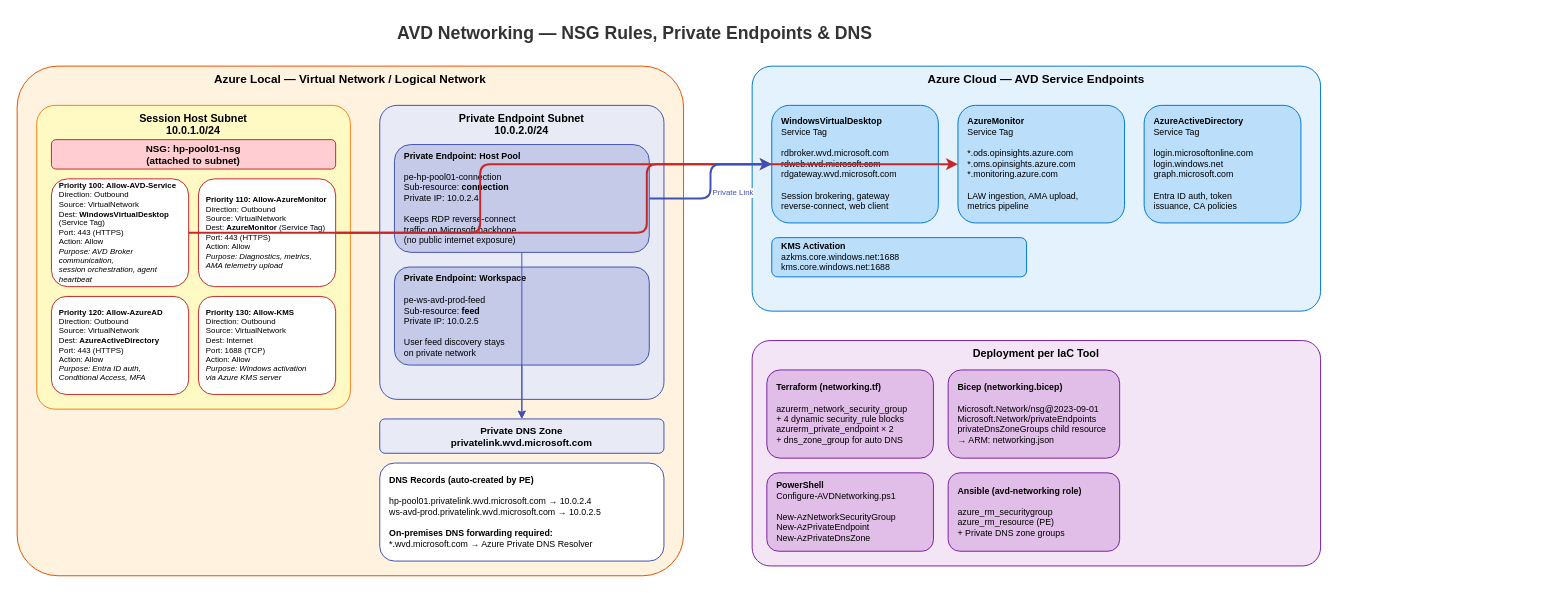
This is docs/assets/diagrams/avd-networking.drawio from AzureLocal/aurelocal-avd, a draw.io file, before an edit. Source tidied: cells renumbered, new cells numbered last; positions are measured from the earlier drawing's top-left corner, leaving out a move shared by most shapes. Both pictures are drawn from the tidied source at 98%, with x=0, y=0 at pixel (17, 17).
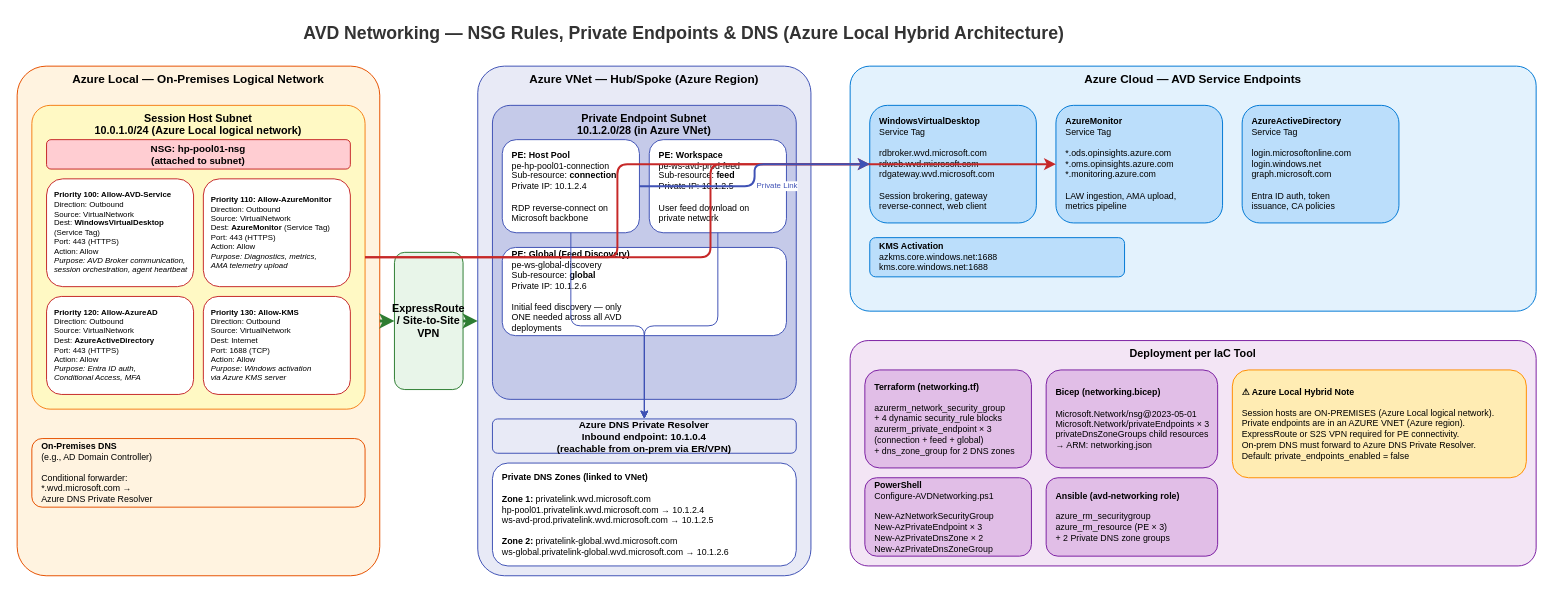
Above is the later version.

Commit message (it also covers changes not shown here):
fix: correct AVD Private Endpoints for Azure Local hybrid architecture

Diff of the diagram source:
```diff
@@
-    <mxCell id="2" value="&lt;b&gt;AVD Networking — NSG Rules, Private Endpoints &amp; DNS&lt;/b&gt;" style="text;html=1;fontSize=18;fontColor=#333;align=center;" parent="1" vertex="1">
-      <mxGeometry x="280" width="700" height="35" as="geometry" />
+    <mxCell id="2" value="&lt;b&gt;AVD Networking — NSG Rules, Private Endpoints &amp; DNS (Azure Local Hybrid Architecture)&lt;/b&gt;" style="text;html=1;fontSize=18;fontColor=#333;align=center;" parent="1" vertex="1">
+      <mxGeometry x="230" width="900" height="35" as="geometry" />
     </mxCell>
-    <mxCell id="3" value="&lt;b&gt;Azure Local — Virtual Network / Logical Network&lt;/b&gt;" style="rounded=1;whiteSpace=wrap;html=1;fillColor=#FFF3E0;strokeColor=#E65100;fontSize=12;verticalAlign=top;fontStyle=1;arcSize=8;" parent="1" vertex="1">
-      <mxGeometry y="50" width="680" height="520" as="geometry" />
-    </mxCell>
+    <mxCell id="31" value="&lt;b&gt;Azure Local — On-Premises Logical Network&lt;/b&gt;" style="rounded=1;whiteSpace=wrap;html=1;fillColor=#FFF3E0;strokeColor=#E65100;fontSize=12;verticalAlign=top;fontStyle=1;arcSize=8;" parent="1" vertex="1">
+      <mxGeometry y="50" width="370" height="520" as="geometry" />
+    </mxCell>
-    <mxCell id="4" value="&lt;b&gt;Session Host Subnet&lt;/b&gt;&lt;br&gt;10.0.1.0/24" style="rounded=1;whiteSpace=wrap;html=1;fillColor=#FFF9C4;strokeColor=#F57F17;fontSize=11;verticalAlign=top;fontStyle=1;arcSize=6;" parent="1" vertex="1">
-      <mxGeometry x="20" y="90" width="320" height="310" as="geometry" />
+    <mxCell id="4" value="&lt;b&gt;Session Host Subnet&lt;/b&gt;&lt;br&gt;10.0.1.0/24 (Azure Local logical network)" style="rounded=1;whiteSpace=wrap;html=1;fillColor=#FFF9C4;strokeColor=#F57F17;fontSize=11;verticalAlign=top;fontStyle=1;arcSize=6;" parent="1" vertex="1">
+      <mxGeometry x="15" y="90" width="340" height="310" as="geometry" />
     </mxCell>
     <mxCell id="5" value="&lt;b&gt;NSG: hp-pool01-nsg&lt;/b&gt;&lt;br&gt;(attached to subnet)" style="rounded=1;whiteSpace=wrap;html=1;fillColor=#FFCDD2;strokeColor=#C62828;fontSize=10;fontStyle=1;" parent="1" vertex="1">
-      <mxGeometry x="35" y="125" width="290" height="30" as="geometry" />
+      <mxGeometry x="30" y="125" width="310" height="30" as="geometry" />
     </mxCell>
     <mxCell id="6" value="&lt;b&gt;Priority 100: Allow-AVD-Service&lt;/b&gt;&lt;br&gt;Direction: Outbound&lt;br&gt;Source: VirtualNetwork&lt;br&gt;Dest: &lt;b&gt;WindowsVirtualDesktop&lt;/b&gt; (Service Tag)&lt;br&gt;Port: 443 (HTTPS)&lt;br&gt;Action: Allow&lt;br&gt;&lt;i&gt;Purpose: AVD Broker communication,&lt;br&gt;session orchestration, agent heartbeat&lt;/i&gt;" style="rounded=1;whiteSpace=wrap;html=1;fillColor=#FFFFFF;strokeColor=#C62828;fontSize=8;align=left;spacingLeft=6;" parent="1" vertex="1">
-      <mxGeometry x="35" y="165" width="140" height="110" as="geometry" />
+      <mxGeometry x="30" y="165" width="150" height="110" as="geometry" />
     </mxCell>
     <mxCell id="7" value="&lt;b&gt;Priority 110: Allow-AzureMonitor&lt;/b&gt;&lt;br&gt;Direction: Outbound&lt;br&gt;Source: VirtualNetwork&lt;br&gt;Dest: &lt;b&gt;AzureMonitor&lt;/b&gt; (Service Tag)&lt;br&gt;Port: 443 (HTTPS)&lt;br&gt;Action: Allow&lt;br&gt;&lt;i&gt;Purpose: Diagnostics, metrics,&lt;br&gt;AMA telemetry upload&lt;/i&gt;" style="rounded=1;whiteSpace=wrap;html=1;fillColor=#FFFFFF;strokeColor=#C62828;fontSize=8;align=left;spacingLeft=6;" parent="1" vertex="1">
-      <mxGeometry x="185" y="165" width="140" height="110" as="geometry" />
+      <mxGeometry x="190" y="165" width="150" height="110" as="geometry" />
     </mxCell>
     <mxCell id="8" value="&lt;b&gt;Priority 120: Allow-AzureAD&lt;/b&gt;&lt;br&gt;Direction: Outbound&lt;br&gt;Source: VirtualNetwork&lt;br&gt;Dest: &lt;b&gt;AzureActiveDirectory&lt;/b&gt;&lt;br&gt;Port: 443 (HTTPS)&lt;br&gt;Action: Allow&lt;br&gt;&lt;i&gt;Purpose: Entra ID auth,&lt;br&gt;Conditional Access, MFA&lt;/i&gt;" style="rounded=1;whiteSpace=wrap;html=1;fillColor=#FFFFFF;strokeColor=#C62828;fontSize=8;align=left;spacingLeft=6;" parent="1" vertex="1">
-      <mxGeometry x="35" y="285" width="140" height="100" as="geometry" />
+      <mxGeometry x="30" y="285" width="150" height="100" as="geometry" />
     </mxCell>
     <mxCell id="9" value="&lt;b&gt;Priority 130: Allow-KMS&lt;/b&gt;&lt;br&gt;Direction: Outbound&lt;br&gt;Source: VirtualNetwork&lt;br&gt;Dest: Internet&lt;br&gt;Port: 1688 (TCP)&lt;br&gt;Action: Allow&lt;br&gt;&lt;i&gt;Purpose: Windows activation&lt;br&gt;via Azure KMS server&lt;/i&gt;" style="rounded=1;whiteSpace=wrap;html=1;fillColor=#FFFFFF;strokeColor=#C62828;fontSize=8;align=left;spacingLeft=6;" parent="1" vertex="1">
-      <mxGeometry x="185" y="285" width="140" height="100" as="geometry" />
+      <mxGeometry x="190" y="285" width="150" height="100" as="geometry" />
     </mxCell>
+    <mxCell id="32" value="&lt;b&gt;On-Premises DNS&lt;/b&gt;&lt;br&gt;(e.g., AD Domain Controller)&lt;br&gt;&lt;br&gt;Conditional forwarder:&lt;br&gt;*.wvd.microsoft.com →&lt;br&gt;Azure DNS Private Resolver" style="rounded=1;whiteSpace=wrap;html=1;fillColor=#FFF3E0;strokeColor=#E65100;fontSize=9;align=left;spacingLeft=8;" parent="1" vertex="1">
+      <mxGeometry x="15" y="430" width="340" height="70" as="geometry" />
+    </mxCell>
+    <mxCell id="33" value="&lt;b&gt;ExpressRoute / Site-to-Site VPN&lt;/b&gt;" style="rounded=1;whiteSpace=wrap;html=1;fillColor=#E8F5E9;strokeColor=#2E7D32;fontSize=11;fontStyle=1;" parent="1" vertex="1">
+      <mxGeometry x="385" y="240" width="70" height="140" as="geometry" />
+    </mxCell>
+    <mxCell id="34" value="&lt;b&gt;Azure VNet — Hub/Spoke (Azure Region)&lt;/b&gt;" style="rounded=1;whiteSpace=wrap;html=1;fillColor=#E8EAF6;strokeColor=#3F51B5;fontSize=12;verticalAlign=top;fontStyle=1;arcSize=8;" parent="1" vertex="1">
+      <mxGeometry x="470" y="50" width="340" height="520" as="geometry" />
+    </mxCell>
-    <mxCell id="10" value="&lt;b&gt;Private Endpoint Subnet&lt;/b&gt;&lt;br&gt;10.0.2.0/24" style="rounded=1;whiteSpace=wrap;html=1;fillColor=#E8EAF6;strokeColor=#3F51B5;fontSize=11;verticalAlign=top;fontStyle=1;arcSize=6;" parent="1" vertex="1">
-      <mxGeometry x="370" y="90" width="290" height="300" as="geometry" />
+    <mxCell id="10" value="&lt;b&gt;Private Endpoint Subnet&lt;/b&gt;&lt;br&gt;10.1.2.0/28 (in Azure VNet)" style="rounded=1;whiteSpace=wrap;html=1;fillColor=#C5CAE9;strokeColor=#3F51B5;fontSize=11;verticalAlign=top;fontStyle=1;arcSize=6;" parent="1" vertex="1">
+      <mxGeometry x="485" y="90" width="310" height="300" as="geometry" />
     </mxCell>
-    <mxCell id="11" value="&lt;b&gt;Private Endpoint: Host Pool&lt;/b&gt;&lt;br&gt;&lt;br&gt;pe-hp-pool01-connection&lt;br&gt;Sub-resource: &lt;b&gt;connection&lt;/b&gt;&lt;br&gt;Private IP: 10.0.2.4&lt;br&gt;&lt;br&gt;Keeps RDP reverse-connect&lt;br&gt;traffic on Microsoft backbone&lt;br&gt;(no public internet exposure)" style="rounded=1;whiteSpace=wrap;html=1;fillColor=#C5CAE9;strokeColor=#3F51B5;fontSize=9;align=left;spacingLeft=8;" parent="1" vertex="1">
-      <mxGeometry x="385" y="130" width="260" height="110" as="geometry" />
+    <mxCell id="11" value="&lt;b&gt;PE: Host Pool&lt;/b&gt;&lt;br&gt;pe-hp-pool01-connection&lt;br&gt;Sub-resource: &lt;b&gt;connection&lt;/b&gt;&lt;br&gt;Private IP: 10.1.2.4&lt;br&gt;&lt;br&gt;RDP reverse-connect on&lt;br&gt;Microsoft backbone" style="rounded=1;whiteSpace=wrap;html=1;fillColor=#FFFFFF;strokeColor=#3F51B5;fontSize=9;align=left;spacingLeft=8;" parent="1" vertex="1">
+      <mxGeometry x="495" y="125" width="140" height="95" as="geometry" />
     </mxCell>
-    <mxCell id="12" value="&lt;b&gt;Private Endpoint: Workspace&lt;/b&gt;&lt;br&gt;&lt;br&gt;pe-ws-avd-prod-feed&lt;br&gt;Sub-resource: &lt;b&gt;feed&lt;/b&gt;&lt;br&gt;Private IP: 10.0.2.5&lt;br&gt;&lt;br&gt;User feed discovery stays&lt;br&gt;on private network" style="rounded=1;whiteSpace=wrap;html=1;fillColor=#C5CAE9;strokeColor=#3F51B5;fontSize=9;align=left;spacingLeft=8;" parent="1" vertex="1">
-      <mxGeometry x="385" y="255" width="260" height="100" as="geometry" />
+    <mxCell id="12" value="&lt;b&gt;PE: Workspace&lt;/b&gt;&lt;br&gt;pe-ws-avd-prod-feed&lt;br&gt;Sub-resource: &lt;b&gt;feed&lt;/b&gt;&lt;br&gt;Private IP: 10.1.2.5&lt;br&gt;&lt;br&gt;User feed download on&lt;br&gt;private network" style="rounded=1;whiteSpace=wrap;html=1;fillColor=#FFFFFF;strokeColor=#3F51B5;fontSize=9;align=left;spacingLeft=8;" parent="1" vertex="1">
+      <mxGeometry x="645" y="125" width="140" height="95" as="geometry" />
     </mxCell>
-    <mxCell id="13" value="&lt;b&gt;Private DNS Zone&lt;/b&gt;&lt;br&gt;privatelink.wvd.microsoft.com" style="rounded=1;whiteSpace=wrap;html=1;fillColor=#E8EAF6;strokeColor=#3F51B5;fontSize=10;fontStyle=1;" parent="1" vertex="1">
-      <mxGeometry x="370" y="410" width="290" height="35" as="geometry" />
-    </mxCell>
-    <mxCell id="14" value="&lt;b&gt;DNS Records (auto-created by PE)&lt;/b&gt;&lt;br&gt;&lt;br&gt;hp-pool01.privatelink.wvd.microsoft.com → 10.0.2.4&lt;br&gt;ws-avd-prod.privatelink.wvd.microsoft.com → 10.0.2.5&lt;br&gt;&lt;br&gt;&lt;b&gt;On-premises DNS forwarding required:&lt;/b&gt;&lt;br&gt;*.wvd.microsoft.com → Azure Private DNS Resolver" style="rounded=1;whiteSpace=wrap;html=1;fillColor=#FFFFFF;strokeColor=#3F51B5;fontSize=9;align=left;spacingLeft=8;" parent="1" vertex="1">
-      <mxGeometry x="370" y="455" width="290" height="100" as="geometry" />
-    </mxCell>
+    <mxCell id="35" value="&lt;b&gt;PE: Global (Feed Discovery)&lt;/b&gt;&lt;br&gt;pe-ws-global-discovery&lt;br&gt;Sub-resource: &lt;b&gt;global&lt;/b&gt;&lt;br&gt;Private IP: 10.1.2.6&lt;br&gt;&lt;br&gt;Initial feed discovery — only&lt;br&gt;ONE needed across all AVD&lt;br&gt;deployments" style="rounded=1;whiteSpace=wrap;html=1;fillColor=#FFFFFF;strokeColor=#3F51B5;fontSize=9;align=left;spacingLeft=8;" parent="1" vertex="1">
+      <mxGeometry x="495" y="235" width="290" height="90" as="geometry" />
+    </mxCell>
+    <mxCell id="36" value="&lt;b&gt;Azure DNS Private Resolver&lt;/b&gt;&lt;br&gt;Inbound endpoint: 10.1.0.4&lt;br&gt;(reachable from on-prem via ER/VPN)" style="rounded=1;whiteSpace=wrap;html=1;fillColor=#E8EAF6;strokeColor=#3F51B5;fontSize=10;fontStyle=1;" parent="1" vertex="1">
+      <mxGeometry x="485" y="410" width="310" height="35" as="geometry" />
+    </mxCell>
+    <mxCell id="37" value="&lt;b&gt;Private DNS Zones (linked to VNet)&lt;/b&gt;&lt;br&gt;&lt;br&gt;&lt;b&gt;Zone 1:&lt;/b&gt; privatelink.wvd.microsoft.com&lt;br&gt;hp-pool01.privatelink.wvd.microsoft.com → 10.1.2.4&lt;br&gt;ws-avd-prod.privatelink.wvd.microsoft.com → 10.1.2.5&lt;br&gt;&lt;br&gt;&lt;b&gt;Zone 2:&lt;/b&gt; privatelink-global.wvd.microsoft.com&lt;br&gt;ws-global.privatelink-global.wvd.microsoft.com → 10.1.2.6" style="rounded=1;whiteSpace=wrap;html=1;fillColor=#FFFFFF;strokeColor=#3F51B5;fontSize=9;align=left;spacingLeft=8;" parent="1" vertex="1">
+      <mxGeometry x="485" y="455" width="310" height="105" as="geometry" />
+    </mxCell>
     <mxCell id="15" value="&lt;b&gt;Azure Cloud — AVD Service Endpoints&lt;/b&gt;" style="rounded=1;whiteSpace=wrap;html=1;fillColor=#E3F2FD;strokeColor=#0078D4;fontSize=12;verticalAlign=top;fontStyle=1;arcSize=8;" parent="1" vertex="1">
-      <mxGeometry x="750" y="50" width="580" height="250" as="geometry" />
+      <mxGeometry x="850" y="50" width="700" height="250" as="geometry" />
     </mxCell>
     <mxCell id="16" value="&lt;b&gt;WindowsVirtualDesktop&lt;/b&gt;&lt;br&gt;Service Tag&lt;br&gt;&lt;br&gt;rdbroker.wvd.microsoft.com&lt;br&gt;rdweb.wvd.microsoft.com&lt;br&gt;rdgateway.wvd.microsoft.com&lt;br&gt;&lt;br&gt;Session brokering, gateway&lt;br&gt;reverse-connect, web client" style="rounded=1;whiteSpace=wrap;html=1;fillColor=#BBDEFB;strokeColor=#0078D4;fontSize=9;align=left;spacingLeft=8;" parent="1" vertex="1">
-      <mxGeometry x="770" y="90" width="170" height="120" as="geometry" />
+      <mxGeometry x="870" y="90" width="170" height="120" as="geometry" />
     </mxCell>
     <mxCell id="17" value="&lt;b&gt;AzureMonitor&lt;/b&gt;&lt;br&gt;Service Tag&lt;br&gt;&lt;br&gt;*.ods.opinsights.azure.com&lt;br&gt;*.oms.opinsights.azure.com&lt;br&gt;*.monitoring.azure.com&lt;br&gt;&lt;br&gt;LAW ingestion, AMA upload,&lt;br&gt;metrics pipeline" style="rounded=1;whiteSpace=wrap;html=1;fillColor=#BBDEFB;strokeColor=#0078D4;fontSize=9;align=left;spacingLeft=8;" parent="1" vertex="1">
-      <mxGeometry x="960" y="90" width="170" height="120" as="geometry" />
+      <mxGeometry x="1060" y="90" width="170" height="120" as="geometry" />
     </mxCell>
     <mxCell id="18" value="&lt;b&gt;AzureActiveDirectory&lt;/b&gt;&lt;br&gt;Service Tag&lt;br&gt;&lt;br&gt;login.microsoftonline.com&lt;br&gt;login.windows.net&lt;br&gt;graph.microsoft.com&lt;br&gt;&lt;br&gt;Entra ID auth, token&lt;br&gt;issuance, CA policies" style="rounded=1;whiteSpace=wrap;html=1;fillColor=#BBDEFB;strokeColor=#0078D4;fontSize=9;align=left;spacingLeft=8;" parent="1" vertex="1">
-      <mxGeometry x="1150" y="90" width="160" height="120" as="geometry" />
+      <mxGeometry x="1250" y="90" width="160" height="120" as="geometry" />
     </mxCell>
     <mxCell id="19" value="&lt;b&gt;KMS Activation&lt;/b&gt;&lt;br&gt;azkms.core.windows.net:1688&lt;br&gt;kms.core.windows.net:1688" style="rounded=1;whiteSpace=wrap;html=1;fillColor=#BBDEFB;strokeColor=#0078D4;fontSize=9;align=left;spacingLeft=8;" parent="1" vertex="1">
-      <mxGeometry x="770" y="225" width="260" height="40" as="geometry" />
+      <mxGeometry x="870" y="225" width="260" height="40" as="geometry" />
     </mxCell>
     <mxCell id="20" value="&lt;b&gt;Deployment per IaC Tool&lt;/b&gt;" style="rounded=1;whiteSpace=wrap;html=1;fillColor=#F3E5F5;strokeColor=#7B1FA2;fontSize=11;verticalAlign=top;fontStyle=1;arcSize=8;" parent="1" vertex="1">
-      <mxGeometry x="750" y="330" width="580" height="230" as="geometry" />
+      <mxGeometry x="850" y="330" width="700" height="230" as="geometry" />
     </mxCell>
-    <mxCell id="21" value="&lt;b&gt;Terraform (networking.tf)&lt;/b&gt;&lt;br&gt;&lt;br&gt;azurerm_network_security_group&lt;br&gt;+ 4 dynamic security_rule blocks&lt;br&gt;azurerm_private_endpoint × 2&lt;br&gt;+ dns_zone_group for auto DNS" style="rounded=1;whiteSpace=wrap;html=1;fillColor=#E1BEE7;strokeColor=#7B1FA2;fontSize=9;align=left;spacingLeft=8;" parent="1" vertex="1">
-      <mxGeometry x="765" y="360" width="170" height="90" as="geometry" />
+    <mxCell id="21" value="&lt;b&gt;Terraform (networking.tf)&lt;/b&gt;&lt;br&gt;&lt;br&gt;azurerm_network_security_group&lt;br&gt;+ 4 dynamic security_rule blocks&lt;br&gt;azurerm_private_endpoint × 3&lt;br&gt;(connection + feed + global)&lt;br&gt;+ dns_zone_group for 2 DNS zones" style="rounded=1;whiteSpace=wrap;html=1;fillColor=#E1BEE7;strokeColor=#7B1FA2;fontSize=9;align=left;spacingLeft=8;" parent="1" vertex="1">
+      <mxGeometry x="865" y="360" width="170" height="100" as="geometry" />
     </mxCell>
-    <mxCell id="22" value="&lt;b&gt;Bicep (networking.bicep)&lt;/b&gt;&lt;br&gt;&lt;br&gt;Microsoft.Network/nsg@2023-09-01&lt;br&gt;Microsoft.Network/privateEndpoints&lt;br&gt;privateDnsZoneGroups child resource&lt;br&gt;→ ARM: networking.json" style="rounded=1;whiteSpace=wrap;html=1;fillColor=#E1BEE7;strokeColor=#7B1FA2;fontSize=9;align=left;spacingLeft=8;" parent="1" vertex="1">
-      <mxGeometry x="950" y="360" width="175" height="90" as="geometry" />
+    <mxCell id="22" value="&lt;b&gt;Bicep (networking.bicep)&lt;/b&gt;&lt;br&gt;&lt;br&gt;Microsoft.Network/nsg@2023-05-01&lt;br&gt;Microsoft.Network/privateEndpoints × 3&lt;br&gt;privateDnsZoneGroups child resources&lt;br&gt;→ ARM: networking.json" style="rounded=1;whiteSpace=wrap;html=1;fillColor=#E1BEE7;strokeColor=#7B1FA2;fontSize=9;align=left;spacingLeft=8;" parent="1" vertex="1">
+      <mxGeometry x="1050" y="360" width="175" height="100" as="geometry" />
     </mxCell>
-    <mxCell id="23" value="&lt;b&gt;PowerShell&lt;/b&gt;&lt;br&gt;Configure-AVDNetworking.ps1&lt;br&gt;&lt;br&gt;New-AzNetworkSecurityGroup&lt;br&gt;New-AzPrivateEndpoint&lt;br&gt;New-AzPrivateDnsZone" style="rounded=1;whiteSpace=wrap;html=1;fillColor=#E1BEE7;strokeColor=#7B1FA2;fontSize=9;align=left;spacingLeft=8;" parent="1" vertex="1">
-      <mxGeometry x="765" y="465" width="170" height="80" as="geometry" />
+    <mxCell id="23" value="&lt;b&gt;PowerShell&lt;/b&gt;&lt;br&gt;Configure-AVDNetworking.ps1&lt;br&gt;&lt;br&gt;New-AzNetworkSecurityGroup&lt;br&gt;New-AzPrivateEndpoint × 3&lt;br&gt;New-AzPrivateDnsZone × 2&lt;br&gt;New-AzPrivateDnsZoneGroup" style="rounded=1;whiteSpace=wrap;html=1;fillColor=#E1BEE7;strokeColor=#7B1FA2;fontSize=9;align=left;spacingLeft=8;" parent="1" vertex="1">
+      <mxGeometry x="865" y="470" width="170" height="80" as="geometry" />
     </mxCell>
-    <mxCell id="24" value="&lt;b&gt;Ansible (avd-networking role)&lt;/b&gt;&lt;br&gt;&lt;br&gt;azure_rm_securitygroup&lt;br&gt;azure_rm_resource (PE)&lt;br&gt;+ Private DNS zone groups" style="rounded=1;whiteSpace=wrap;html=1;fillColor=#E1BEE7;strokeColor=#7B1FA2;fontSize=9;align=left;spacingLeft=8;" parent="1" vertex="1">
-      <mxGeometry x="950" y="465" width="175" height="80" as="geometry" />
+    <mxCell id="24" value="&lt;b&gt;Ansible (avd-networking role)&lt;/b&gt;&lt;br&gt;&lt;br&gt;azure_rm_securitygroup&lt;br&gt;azure_rm_resource (PE × 3)&lt;br&gt;+ 2 Private DNS zone groups" style="rounded=1;whiteSpace=wrap;html=1;fillColor=#E1BEE7;strokeColor=#7B1FA2;fontSize=9;align=left;spacingLeft=8;" parent="1" vertex="1">
+      <mxGeometry x="1050" y="470" width="175" height="80" as="geometry" />
     </mxCell>
+    <mxCell id="38" value="&lt;b&gt;⚠ Azure Local Hybrid Note&lt;/b&gt;&lt;br&gt;&lt;br&gt;Session hosts are ON-PREMISES (Azure Local logical network).&lt;br&gt;Private endpoints are in an AZURE VNET (Azure region).&lt;br&gt;ExpressRoute or S2S VPN required for PE connectivity.&lt;br&gt;On-prem DNS must forward to Azure DNS Private Resolver.&lt;br&gt;Default: private_endpoints_enabled = false" style="rounded=1;whiteSpace=wrap;html=1;fillColor=#FFECB3;strokeColor=#FF8F00;fontSize=9;align=left;spacingLeft=8;" parent="1" vertex="1">
+      <mxGeometry x="1240" y="360" width="300" height="110" as="geometry" />
+    </mxCell>
-    <mxCell id="25" style="edgeStyle=orthogonalEdgeStyle;rounded=1;strokeColor=#C62828;strokeWidth=2;" parent="1" edge="1" source="6" target="16">
+    <mxCell id="25" style="edgeStyle=orthogonalEdgeStyle;rounded=1;strokeColor=#C62828;strokeWidth=2;" parent="1" edge="1" source="4" target="16">
       <mxGeometry relative="1" as="geometry" />
     </mxCell>
-    <mxCell id="26" style="edgeStyle=orthogonalEdgeStyle;rounded=1;strokeColor=#C62828;strokeWidth=2;" parent="1" edge="1" source="7" target="17">
+    <mxCell id="26" style="edgeStyle=orthogonalEdgeStyle;rounded=1;strokeColor=#C62828;strokeWidth=2;" parent="1" edge="1" source="4" target="17">
       <mxGeometry relative="1" as="geometry" />
     </mxCell>
+    <mxCell id="39" style="edgeStyle=orthogonalEdgeStyle;rounded=1;strokeColor=#2E7D32;strokeWidth=3;" parent="1" edge="1" source="31" target="33">
+      <mxGeometry relative="1" as="geometry" />
+    </mxCell>
+    <mxCell id="40" style="edgeStyle=orthogonalEdgeStyle;rounded=1;strokeColor=#2E7D32;strokeWidth=3;" parent="1" edge="1" source="33" target="34">
+      <mxGeometry relative="1" as="geometry" />
+    </mxCell>
@@
-    <mxCell id="29" style="edgeStyle=orthogonalEdgeStyle;rounded=1;strokeColor=#3F51B5;strokeWidth=1;" parent="1" edge="1" source="11" target="13">
+    <mxCell id="29" style="edgeStyle=orthogonalEdgeStyle;rounded=1;strokeColor=#3F51B5;strokeWidth=1;" parent="1" edge="1" source="11" target="36">
       <mxGeometry relative="1" as="geometry" />
     </mxCell>
-    <mxCell id="30" style="edgeStyle=orthogonalEdgeStyle;rounded=1;strokeColor=#3F51B5;strokeWidth=1;" parent="1" edge="1" source="12" target="13">
+    <mxCell id="30" style="edgeStyle=orthogonalEdgeStyle;rounded=1;strokeColor=#3F51B5;strokeWidth=1;" parent="1" edge="1" source="12" target="36">
       <mxGeometry relative="1" as="geometry" />
     </mxCell>
+    <mxCell id="41" style="edgeStyle=orthogonalEdgeStyle;rounded=1;strokeColor=#3F51B5;strokeWidth=1;" parent="1" edge="1" source="35" target="36">
+      <mxGeometry relative="1" as="geometry" />
+    </mxCell>
```
